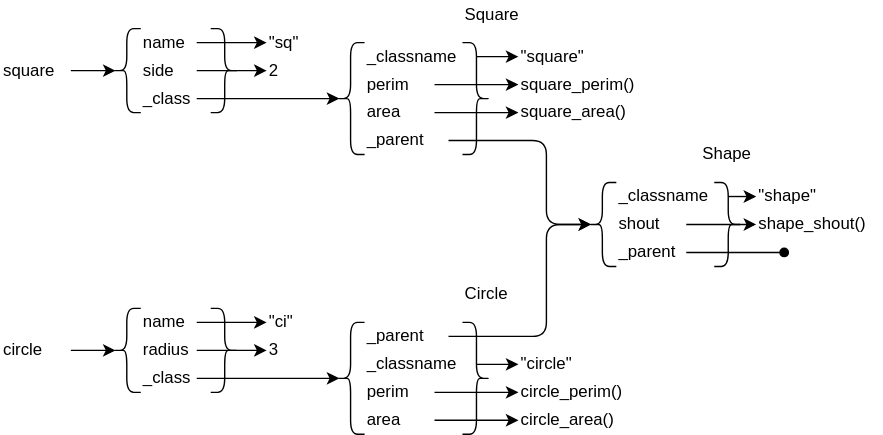
Earlier version of the draw.io export sdxpy/oop/inherit_class.svg (gvwilson/thirdbit). Source tidied: cells renumbered, new cells last; positions are measured from the earlier drawing's top-left corner, leaving out a move shared by most shapes.
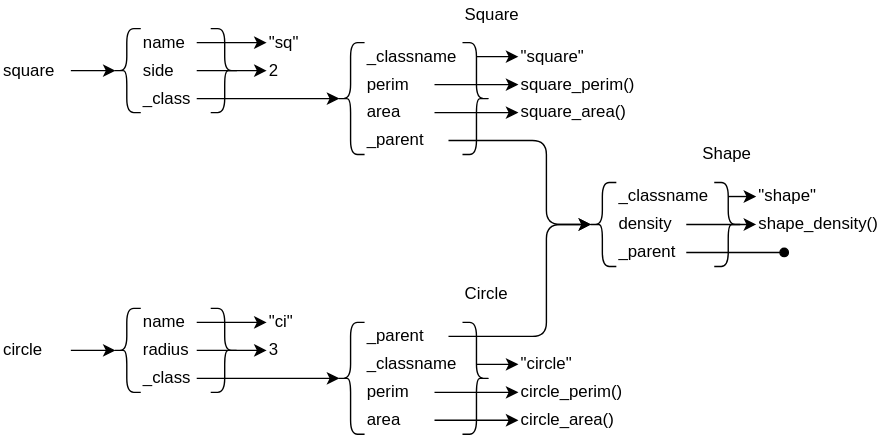
After the commit.

The edit, as a diff of the source:
```diff
@@ -149,10 +149,10 @@
     <mxCell id="50" value="_parent" style="text;html=1;strokeColor=none;fillColor=none;align=left;verticalAlign=middle;whiteSpace=wrap;rounded=0;fontFamily=Helvetica;" parent="1" vertex="1">
       <mxGeometry x="260" y="230" width="60" height="20" as="geometry" />
     </mxCell>
-    <mxCell id="51" value="shout" style="text;html=1;strokeColor=none;fillColor=none;align=left;verticalAlign=middle;whiteSpace=wrap;rounded=0;fontFamily=Helvetica;" parent="1" vertex="1">
+    <mxCell id="51" value="density" style="text;html=1;strokeColor=none;fillColor=none;align=left;verticalAlign=middle;whiteSpace=wrap;rounded=0;fontFamily=Helvetica;" parent="1" vertex="1">
       <mxGeometry x="440" y="150" width="50" height="20" as="geometry" />
     </mxCell>
-    <mxCell id="52" value="shape_shout()" style="text;html=1;strokeColor=none;fillColor=none;align=left;verticalAlign=middle;whiteSpace=wrap;rounded=0;fontFamily=Helvetica;" parent="1" vertex="1">
+    <mxCell id="52" value="shape_density()" style="text;html=1;strokeColor=none;fillColor=none;align=left;verticalAlign=middle;whiteSpace=wrap;rounded=0;fontFamily=Helvetica;" parent="1" vertex="1">
       <mxGeometry x="540" y="150" width="90" height="20" as="geometry" />
     </mxCell>
     <mxCell id="53" style="endArrow=classic;html=1;rounded=0;entryX=0;entryY=0.5;entryDx=0;entryDy=0;exitX=1;exitY=0.5;exitDx=0;exitDy=0;fontFamily=Helvetica;" parent="1" edge="1" source="51" target="52">
```
